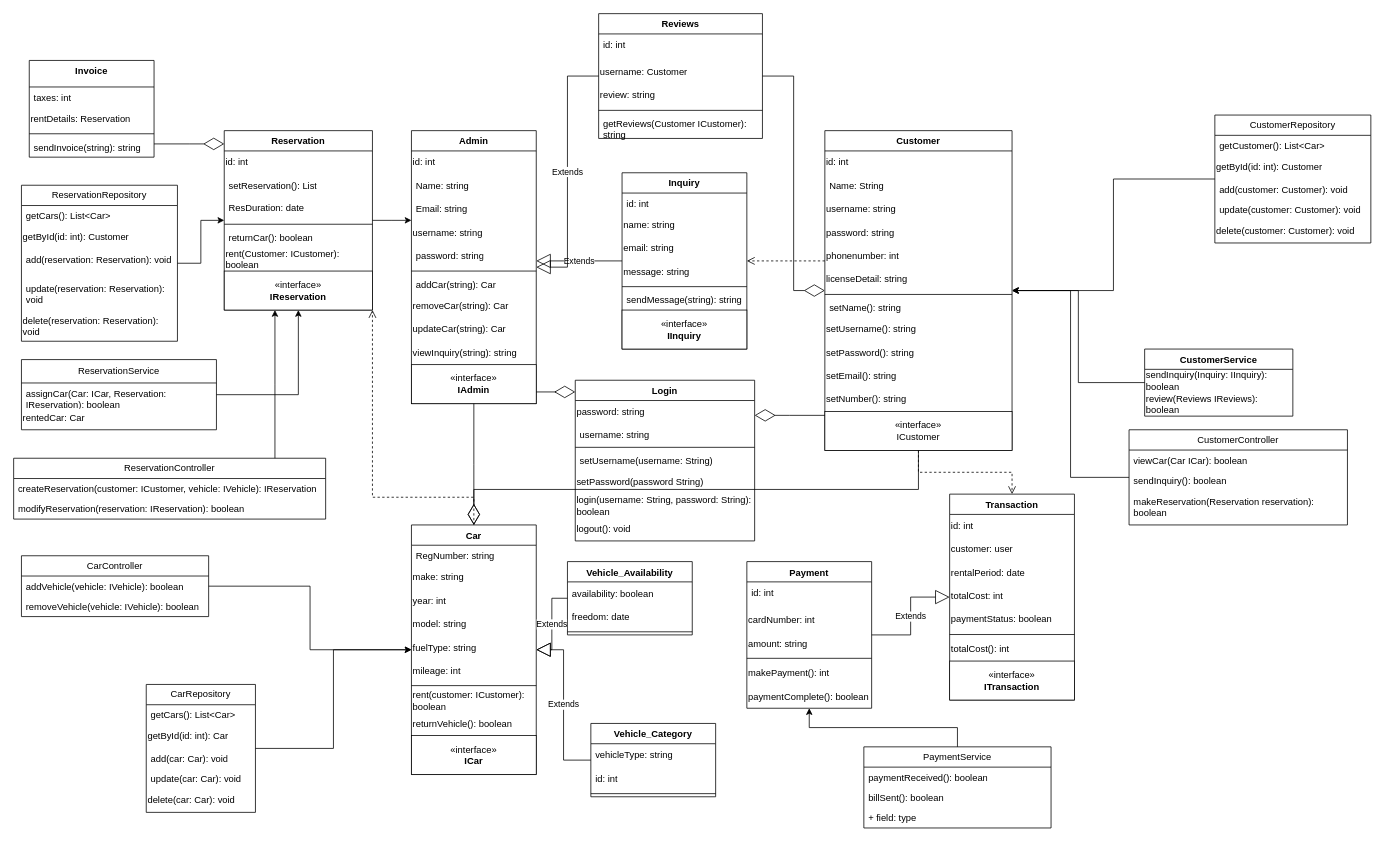
Earlier version of the draw.io diagram diagrams/ClassDiagram.drawio (Oussoubicodes/CS4125-Project). Source tidied: cells renumbered, new cells numbered last; positions are measured from the earlier drawing's top-left corner, leaving out a move shared by most shapes. Both pictures are drawn from the tidied source at 78%, with x=0, y=0 at pixel (13, 13).
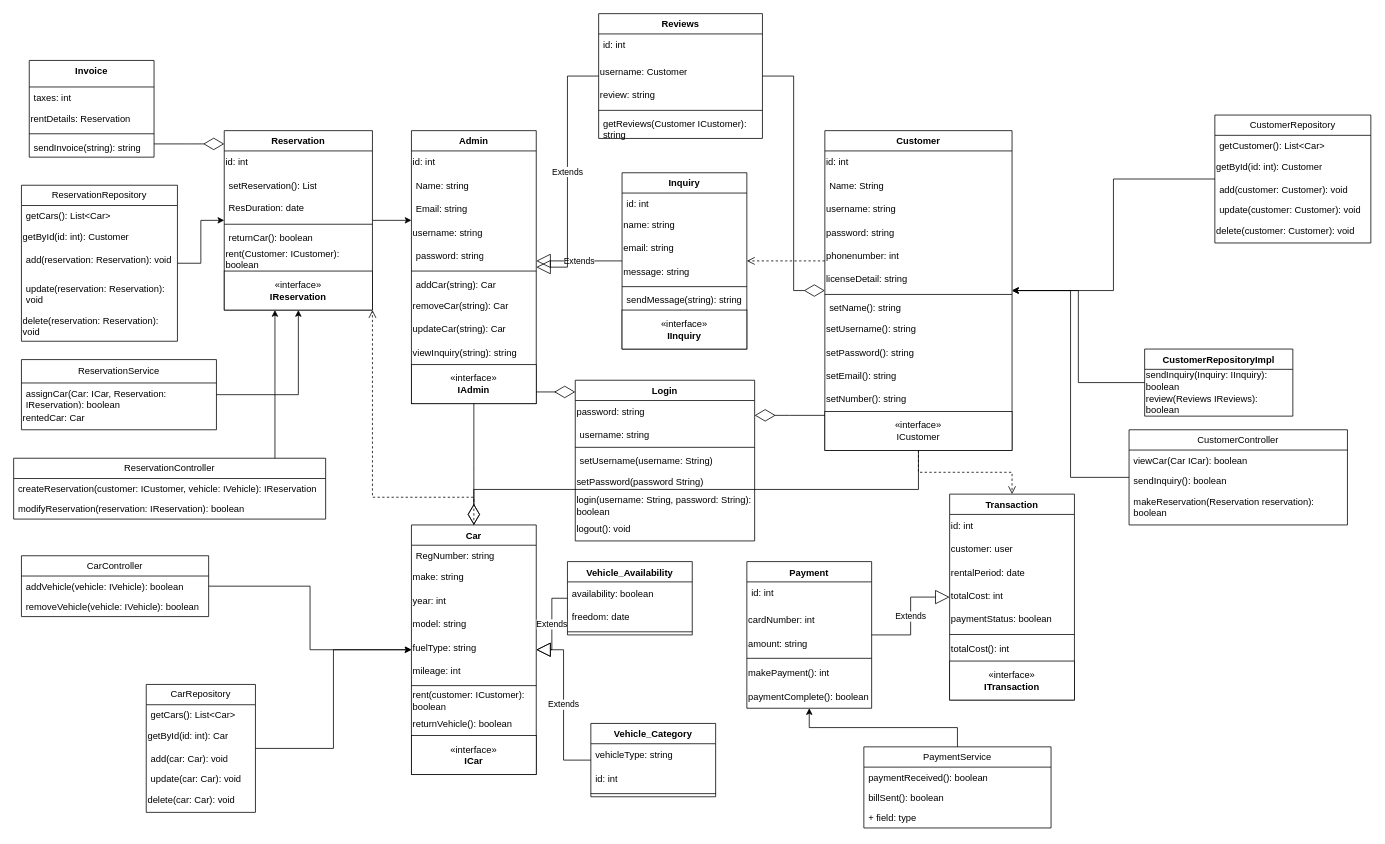
Above is the later version.

What changed in the source:
```diff
@@
-    <mxCell id="114" value="CustomerService" style="swimlane;fontStyle=1;align=center;verticalAlign=top;horizontal=1;startSize=26;whiteSpace=wrap;html=1;" parent="1" vertex="1">
+    <mxCell id="114" value="CustomerRepositoryImpl" style="swimlane;fontStyle=1;align=center;verticalAlign=top;horizontal=1;startSize=26;whiteSpace=wrap;html=1;" parent="1" vertex="1">
       <mxGeometry x="1450" y="430" width="190" height="86" as="geometry" />
     </mxCell>
```
